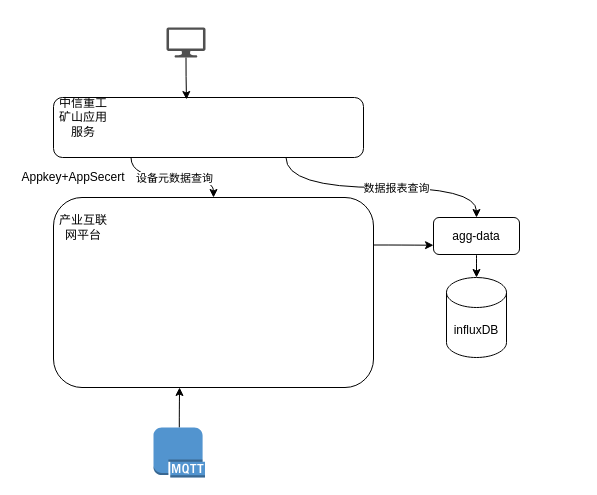
newtonguo/Architecture keeps this draw.io diagram as 重工矿山应用.drawio. Above is the earlier version. Source tidied: cells renumbered, new cells numbered last; positions are measured from the earlier drawing's top-left corner, leaving out a move shared by most shapes. Both pictures are drawn from the tidied source at 100%, with x=0, y=0 at pixel (53, 27).
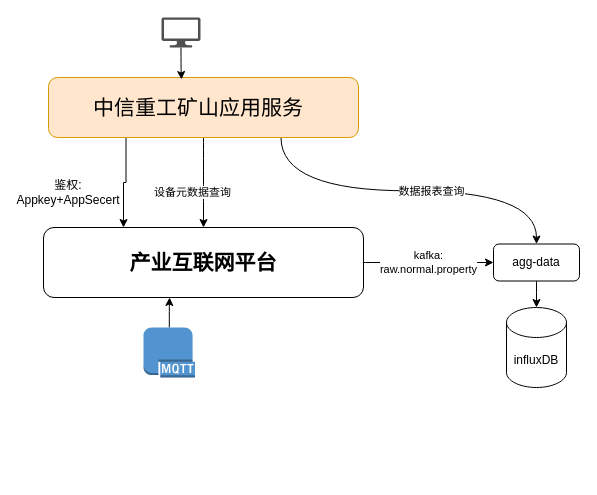
The same page after the edit.

Commit message:
更新重工矿山应用.drawio

Change to the diagram source:
```diff
@@
-    <mxCell id="4" style="edgeStyle=orthogonalEdgeStyle;jettySize=auto;html=1;exitX=0.25;exitY=1;exitDx=0;exitDy=0;entryX=0.5;entryY=0;entryDx=0;entryDy=0;curved=1;" parent="1" edge="1" source="6" target="8">
+    <mxCell id="4" style="edgeStyle=orthogonalEdgeStyle;jettySize=auto;html=1;exitX=0.5;exitY=1;exitDx=0;exitDy=0;entryX=0.5;entryY=0;entryDx=0;entryDy=0;curved=1;" parent="1" edge="1" source="6" target="8">
       <mxGeometry relative="1" as="geometry" />
     </mxCell>
@@
+    <mxCell id="19" style="edgeStyle=orthogonalEdgeStyle;rounded=0;jettySize=auto;html=1;exitX=0.25;exitY=1;exitDx=0;exitDy=0;entryX=0.25;entryY=0;entryDx=0;entryDy=0;fontSize=21;" parent="1" edge="1" source="6" target="8">
+      <mxGeometry relative="1" as="geometry" />
+    </mxCell>
-    <mxCell id="6" style="whiteSpace=wrap;html=1;rounded=1;" parent="1" vertex="1">
-      <mxGeometry y="70" width="310" height="60" as="geometry" />
+    <mxCell id="6" style="whiteSpace=wrap;html=1;rounded=1;fillColor=#ffe6cc;strokeColor=#d79b00;" parent="1" vertex="1">
+      <mxGeometry x="-5" y="50" width="310" height="60" as="geometry" />
     </mxCell>
-    <mxCell id="7" style="edgeStyle=orthogonalEdgeStyle;jettySize=auto;html=1;exitX=1;exitY=0.25;exitDx=0;exitDy=0;entryX=0;entryY=0.75;entryDx=0;entryDy=0;curved=1;" parent="1" edge="1" source="8" target="12">
+    <mxCell id="7" value="kafka:&lt;br&gt;raw.normal.property" style="edgeStyle=orthogonalEdgeStyle;jettySize=auto;html=1;exitX=1;exitY=0.5;exitDx=0;exitDy=0;entryX=0;entryY=0.5;entryDx=0;entryDy=0;curved=1;" parent="1" edge="1" source="8" target="12">
       <mxGeometry relative="1" as="geometry" />
     </mxCell>
     <mxCell id="8" style="whiteSpace=wrap;html=1;rounded=1;" parent="1" vertex="1">
-      <mxGeometry y="170" width="320" height="190" as="geometry" />
+      <mxGeometry x="-10" y="200" width="320" height="70" as="geometry" />
     </mxCell>
-    <mxCell id="9" value="中信重工矿山应用服务" style="text;html=1;strokeColor=none;fillColor=none;align=center;verticalAlign=middle;whiteSpace=wrap;rounded=1;" parent="1" vertex="1">
-      <mxGeometry y="80" width="60" height="20" as="geometry" />
+    <mxCell id="9" value="中信重工矿山应用服务" style="text;html=1;strokeColor=none;fillColor=none;align=center;verticalAlign=middle;whiteSpace=wrap;rounded=1;fontSize=21;" parent="1" vertex="1">
+      <mxGeometry y="70" width="290" height="20" as="geometry" />
     </mxCell>
-    <mxCell id="10" value="产业互联网平台" style="text;html=1;strokeColor=none;fillColor=none;align=center;verticalAlign=middle;whiteSpace=wrap;rounded=1;" parent="1" vertex="1">
-      <mxGeometry y="190" width="60" height="20" as="geometry" />
+    <mxCell id="10" value="&lt;b&gt;&lt;font style=&quot;font-size: 21px&quot;&gt;产业互联网平台&lt;/font&gt;&lt;/b&gt;" style="text;html=1;strokeColor=none;fillColor=none;align=center;verticalAlign=middle;whiteSpace=wrap;rounded=1;" parent="1" vertex="1">
+      <mxGeometry x="10" y="220" width="280" height="30" as="geometry" />
     </mxCell>
@@
     <mxCell id="12" value="agg-data" style="whiteSpace=wrap;html=1;rounded=1;" parent="1" vertex="1">
-      <mxGeometry x="380" y="190" width="86" height="37" as="geometry" />
+      <mxGeometry x="440" y="216.5" width="86" height="37" as="geometry" />
     </mxCell>
@@
     <mxCell id="14" style="outlineConnect=0;dashed=0;verticalLabelPosition=bottom;verticalAlign=top;align=center;html=1;shape=mxgraph.aws3.mqtt_protocol;fillColor=#5294CF;gradientColor=none;rounded=1;" parent="1" vertex="1">
-      <mxGeometry x="100" y="400" width="51.5" height="50" as="geometry" />
+      <mxGeometry x="90" y="300" width="51.5" height="50" as="geometry" />
     </mxCell>
     <mxCell id="15" value="influxDB" style="shape=cylinder3;whiteSpace=wrap;html=1;boundedLbl=1;backgroundOutline=1;size=15;rounded=1;" parent="1" vertex="1">
-      <mxGeometry x="393" y="250" width="60" height="80" as="geometry" />
+      <mxGeometry x="453" y="280" width="60" height="80" as="geometry" />
     </mxCell>
-    <mxCell id="16" value="Appkey+AppSecert" style="text;html=1;strokeColor=none;fillColor=none;align=center;verticalAlign=middle;whiteSpace=wrap;rounded=1;" parent="1" vertex="1">
-      <mxGeometry y="140" width="40" height="20" as="geometry" />
+    <mxCell id="16" value="鉴权:&lt;br&gt;Appkey+AppSecert" style="text;html=1;strokeColor=none;fillColor=none;align=center;verticalAlign=middle;whiteSpace=wrap;rounded=1;" parent="1" vertex="1">
+      <mxGeometry x="-5" y="150" width="40" height="30" as="geometry" />
     </mxCell>
@@
     <mxCell id="18" style="shadow=0;dashed=0;html=1;strokeColor=none;fillColor=#505050;labelPosition=center;verticalLabelPosition=bottom;verticalAlign=top;outlineConnect=0;align=center;shape=mxgraph.office.devices.lcd_monitor;rounded=1;" parent="1" vertex="1">
-      <mxGeometry x="113" width="39" height="30" as="geometry" />
+      <mxGeometry x="108" y="-10" width="39" height="30" as="geometry" />
     </mxCell>
```
